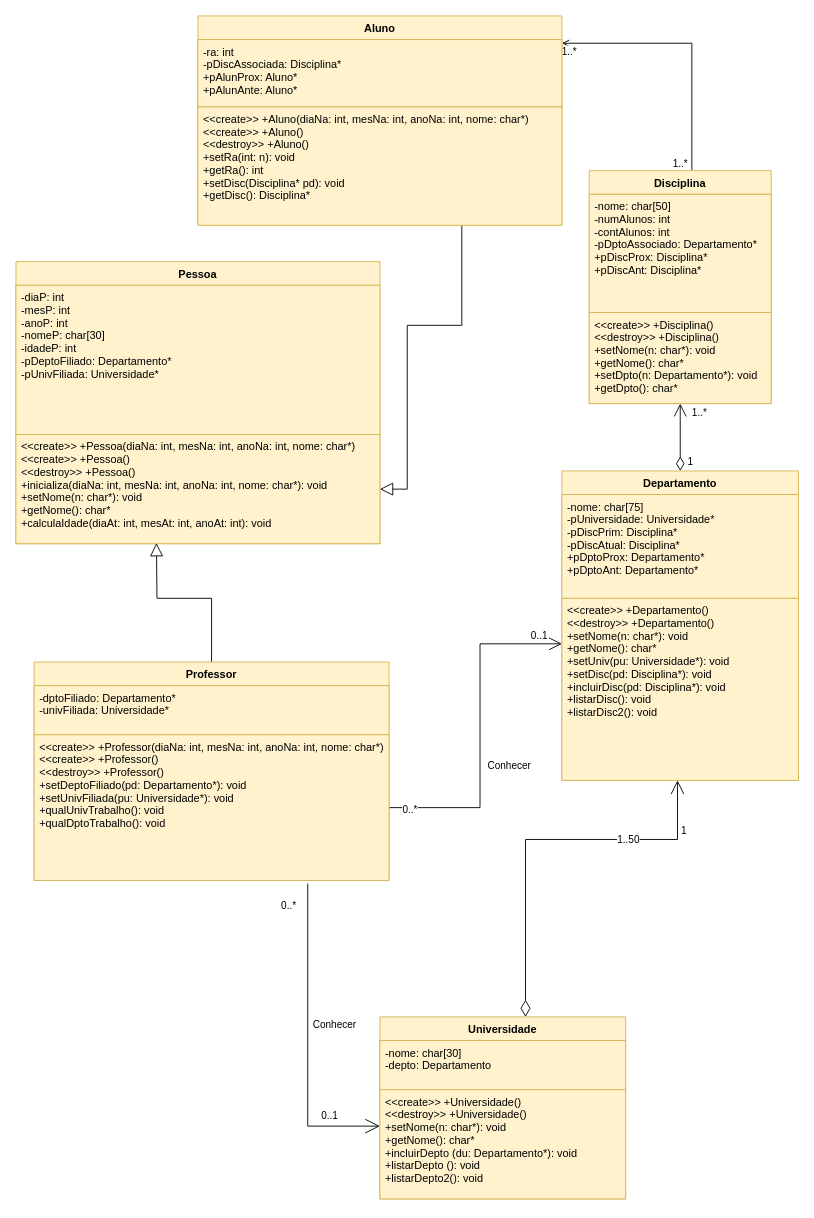
The draw.io diagram uml/sistema_academico.drawio in daniapc/tecprog-sistema-academico, before the edit. Source tidied: cells renumbered, new cells numbered last; positions are measured from the earlier drawing's top-left corner, leaving out a move shared by most shapes. Both pictures are drawn from the tidied source at 91%, with x=0, y=0 at pixel (15, 15).
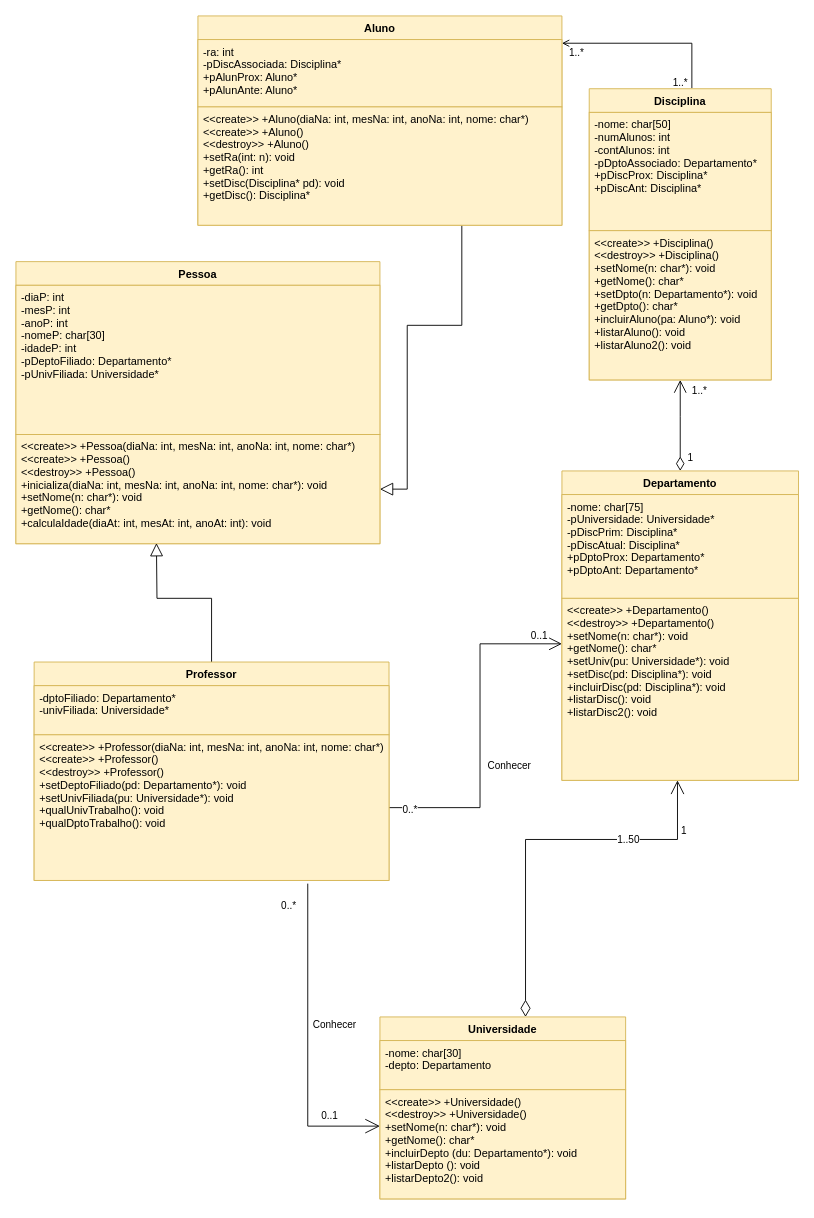
After the change.

The change refers to these unchanged cells:
```xml
<mxCell id="30" style="edgeStyle=orthogonalEdgeStyle;rounded=0;jettySize=auto;html=1;entryX=0.564;entryY=-0.002;entryDx=0;entryDy=0;entryPerimeter=0;endArrow=none;endFill=0;startArrow=open;startFill=0;" parent="1" edge="1" source="33" target="36">
  <mxGeometry relative="1" as="geometry">
    <Array as="points">
      <mxPoint x="400" y="30" />
      <mxPoint x="743" y="30" />
    </Array>
  </mxGeometry>
</mxCell>
```

The edit, as a diff of the source:
```diff
@@
     <mxCell id="31" value="1..*" style="edgeLabel;html=1;align=center;verticalAlign=middle;" parent="30" vertex="1">
       <mxGeometry x="-0.89" y="1" relative="1" as="geometry">
-        <mxPoint x="-9" y="9" as="offset" />
+        <mxPoint x="4" y="11" as="offset" />
       </mxGeometry>
     </mxCell>
@@
     <mxCell id="36" value="Disciplina" style="swimlane;fontStyle=1;align=center;verticalAlign=top;horizontal=1;startSize=26;rounded=0;fillColor=#fff2cc;strokeColor=#d6b656;" parent="1" vertex="1">
-      <mxGeometry x="630" y="170" width="200" height="256" as="geometry" />
+      <mxGeometry x="630" y="80" width="200" height="320" as="geometry" />
     </mxCell>
@@
-    <mxCell id="38" value="&lt;&lt;create&gt;&gt; +Disciplina()&#10;&lt;&lt;destroy&gt;&gt; +Disciplina()&#10;+setNome(n: char*): void&#10;+getNome(): char*&#10;+setDpto(n: Departamento*): void&#10;+getDpto(): char*" style="text;strokeColor=#d6b656;fillColor=#fff2cc;align=left;verticalAlign=top;spacingLeft=4;spacingRight=4;overflow=hidden;points=[[0,0.5],[1,0.5]];portConstraint=eastwest;" parent="36" vertex="1">
-      <mxGeometry y="156" width="200" height="100" as="geometry" />
+    <mxCell id="38" value="&lt;&lt;create&gt;&gt; +Disciplina()&#10;&lt;&lt;destroy&gt;&gt; +Disciplina()&#10;+setNome(n: char*): void&#10;+getNome(): char*&#10;+setDpto(n: Departamento*): void&#10;+getDpto(): char*&#10;+incluirAluno(pa: Aluno*): void&#10;+listarAluno(): void&#10;+listarAluno2(): void" style="text;strokeColor=#d6b656;fillColor=#fff2cc;align=left;verticalAlign=top;spacingLeft=4;spacingRight=4;overflow=hidden;points=[[0,0.5],[1,0.5]];portConstraint=eastwest;" parent="36" vertex="1">
+      <mxGeometry y="156" width="200" height="164" as="geometry" />
     </mxCell>
```
